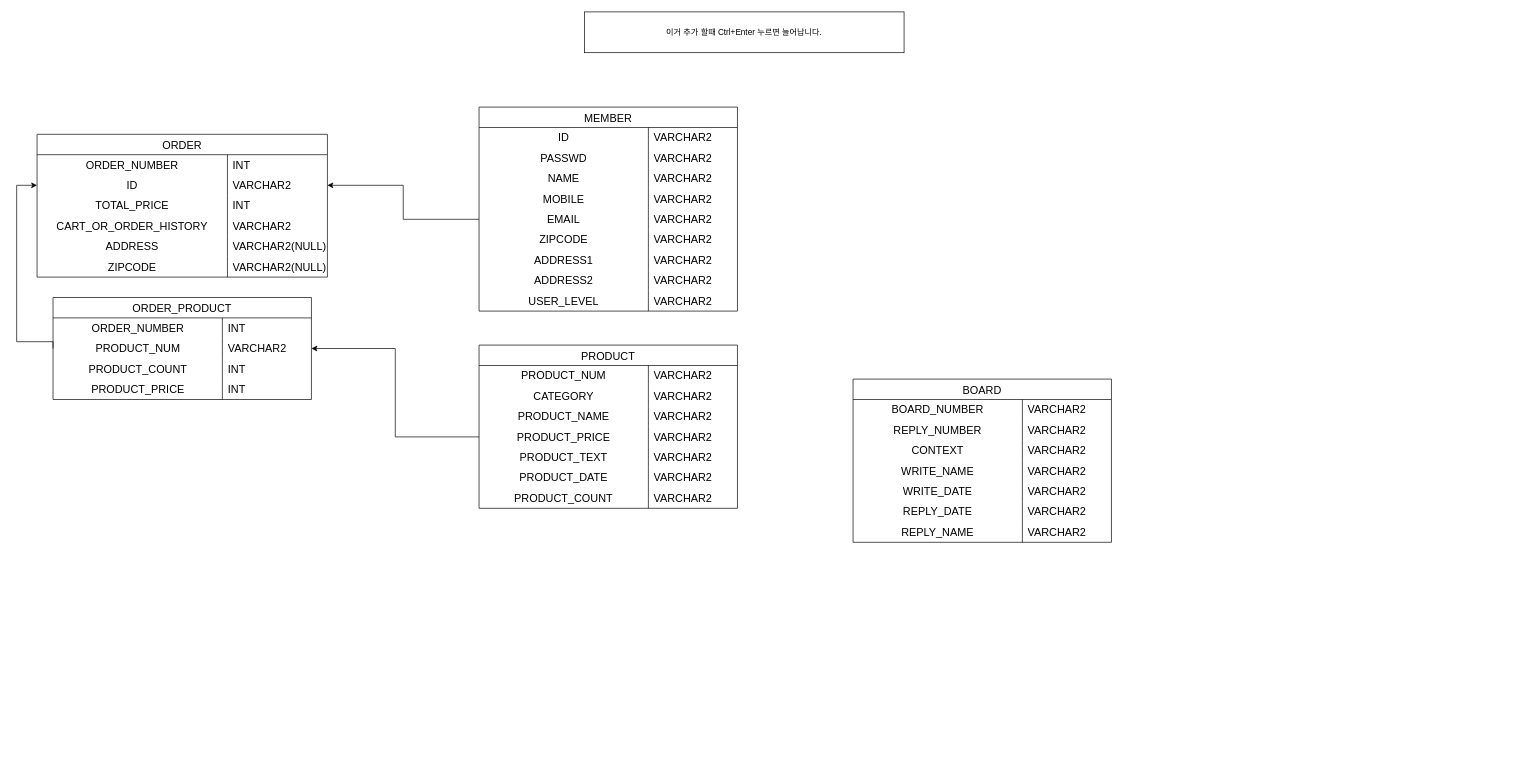
Before: 제목 없는 다이어그램.drawio in Rookies13/Senanam, a draw.io diagram. Source tidied: cells renumbered, new cells numbered last; positions are measured from the earlier drawing's top-left corner, leaving out a move shared by most shapes. Both pictures are drawn from the tidied source at 68%, with x=0, y=0 at pixel (16, 12).
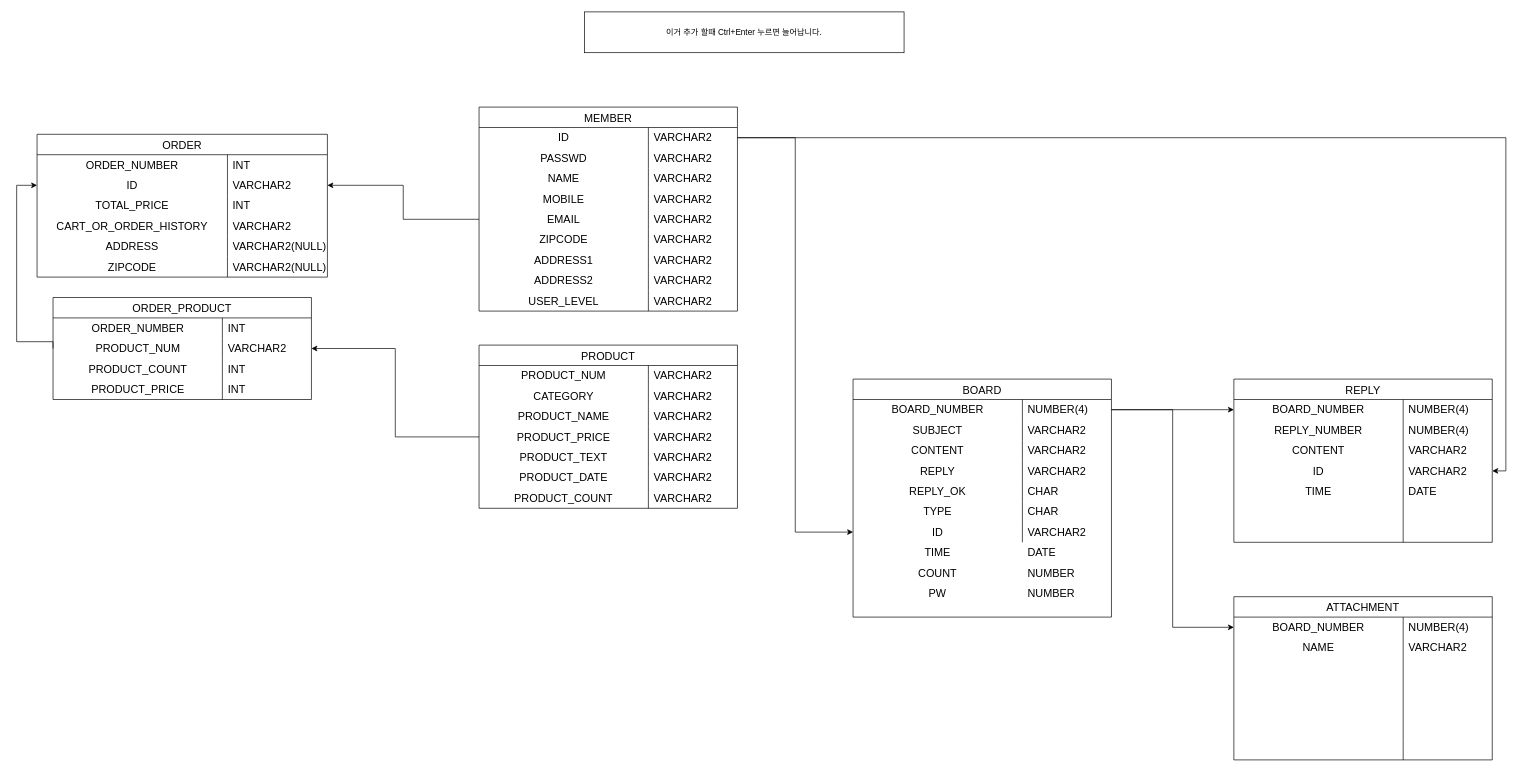
After the change.

Commit message (it also covers changes not shown here):
제목 없는 다이어그램.drawio 업데이트

Unchanged cells that the change refers to:
```xml
<mxCell id="3" style="shape=tableRow;horizontal=0;startSize=0;swimlaneHead=0;swimlaneBody=0;top=0;left=0;bottom=0;right=0;fillColor=none;points=[[0,0.5],[1,0.5]];portConstraint=eastwest;strokeColor=inherit;fontSize=16;" parent="2" vertex="1">
  <mxGeometry y="30" width="380" height="30" as="geometry" />
</mxCell>
<mxCell id="54" style="shape=tableRow;horizontal=0;startSize=0;swimlaneHead=0;swimlaneBody=0;top=0;left=0;bottom=0;right=0;fillColor=none;points=[[0,0.5],[1,0.5]];portConstraint=eastwest;strokeColor=inherit;fontSize=16;" parent="53" vertex="1">
  <mxGeometry y="30" width="380" height="30" as="geometry" />
</mxCell>
<mxCell id="57" style="shape=tableRow;horizontal=0;startSize=0;swimlaneHead=0;swimlaneBody=0;top=0;left=0;bottom=0;right=0;fillColor=none;strokeColor=inherit;fontSize=16;" parent="53" vertex="1">
  <mxGeometry y="60" width="380" height="30" as="geometry" />
</mxCell>
<mxCell id="60" style="shape=tableRow;horizontal=0;startSize=0;swimlaneHead=0;swimlaneBody=0;top=0;left=0;bottom=0;right=0;fillColor=none;strokeColor=inherit;fontSize=16;" parent="53" vertex="1">
  <mxGeometry y="90" width="380" height="30" as="geometry" />
</mxCell>
<mxCell id="63" style="shape=tableRow;horizontal=0;startSize=0;swimlaneHead=0;swimlaneBody=0;top=0;left=0;bottom=0;right=0;fillColor=none;strokeColor=inherit;fontSize=16;" parent="53" vertex="1">
  <mxGeometry y="120" width="380" height="30" as="geometry" />
</mxCell>
<mxCell id="66" style="shape=tableRow;horizontal=0;startSize=0;swimlaneHead=0;swimlaneBody=0;top=0;left=0;bottom=0;right=0;fillColor=none;strokeColor=inherit;fontSize=16;" parent="53" vertex="1">
  <mxGeometry y="150" width="380" height="30" as="geometry" />
</mxCell>
<mxCell id="69" style="shape=tableRow;horizontal=0;startSize=0;swimlaneHead=0;swimlaneBody=0;top=0;left=0;bottom=0;right=0;fillColor=none;strokeColor=inherit;fontSize=16;" parent="53" vertex="1">
  <mxGeometry y="180" width="380" height="30" as="geometry" />
</mxCell>
<mxCell id="72" style="shape=tableRow;horizontal=0;startSize=0;swimlaneHead=0;swimlaneBody=0;top=0;left=0;bottom=0;right=0;fillColor=none;points=[[0,0.5],[1,0.5]];portConstraint=eastwest;strokeColor=inherit;fontSize=16;" parent="53" vertex="1">
  <mxGeometry y="210" width="380" height="30" as="geometry" />
</mxCell>
```

Change to the diagram source:
```diff
@@
     <mxCell id="53" value="BOARD" style="shape=table;startSize=30;childLayout=tableLayout;rowLines=0;fontStyle=0;strokeColor=default;fontSize=16;" parent="1" vertex="1">
-      <mxGeometry x="1230" y="540" width="380" height="240" as="geometry" />
+      <mxGeometry x="1230" y="540" width="380" height="350" as="geometry" />
     </mxCell>
@@
-    <mxCell id="56" value="VARCHAR2" style="shape=partialRectangle;html=1;whiteSpace=wrap;fillColor=none;top=0;left=0;bottom=0;right=0;align=left;spacingLeft=6;overflow=hidden;strokeColor=inherit;fontSize=16;" parent="54" vertex="1">
+    <mxCell id="56" value="NUMBER(4)" style="shape=partialRectangle;html=1;whiteSpace=wrap;fillColor=none;top=0;left=0;bottom=0;right=0;align=left;spacingLeft=6;overflow=hidden;strokeColor=inherit;fontSize=16;" parent="54" vertex="1">
       <mxGeometry x="249" width="131" height="30" as="geometry" />
     </mxCell>
@@
-    <mxCell id="58" value="REPLY_NUMBER" style="shape=partialRectangle;html=1;whiteSpace=wrap;fillColor=none;top=0;left=0;bottom=0;right=0;overflow=hidden;strokeColor=inherit;fontSize=16;" parent="57" vertex="1">
+    <mxCell id="58" value="SUBJECT" style="shape=partialRectangle;html=1;whiteSpace=wrap;fillColor=none;top=0;left=0;bottom=0;right=0;overflow=hidden;strokeColor=inherit;fontSize=16;" parent="57" vertex="1">
       <mxGeometry width="249" height="30" as="geometry" />
     </mxCell>
@@
-    <mxCell id="61" value="CONTEXT" style="shape=partialRectangle;html=1;whiteSpace=wrap;fillColor=none;top=0;left=0;bottom=0;right=0;overflow=hidden;strokeColor=inherit;fontSize=16;" parent="60" vertex="1">
+    <mxCell id="61" value="CONTENT" style="shape=partialRectangle;html=1;whiteSpace=wrap;fillColor=none;top=0;left=0;bottom=0;right=0;overflow=hidden;strokeColor=inherit;fontSize=16;" parent="60" vertex="1">
       <mxGeometry width="249" height="30" as="geometry" />
     </mxCell>
@@
-    <mxCell id="64" value="WRITE_NAME" style="shape=partialRectangle;html=1;whiteSpace=wrap;fillColor=none;top=0;left=0;bottom=0;right=0;overflow=hidden;strokeColor=inherit;fontSize=16;" parent="63" vertex="1">
+    <mxCell id="64" value="REPLY" style="shape=partialRectangle;html=1;whiteSpace=wrap;fillColor=none;top=0;left=0;bottom=0;right=0;overflow=hidden;strokeColor=inherit;fontSize=16;" parent="63" vertex="1">
       <mxGeometry width="249" height="30" as="geometry" />
     </mxCell>
@@
-    <mxCell id="67" value="WRITE_DATE" style="shape=partialRectangle;html=1;whiteSpace=wrap;fillColor=none;top=0;left=0;bottom=0;right=0;overflow=hidden;strokeColor=inherit;fontSize=16;" parent="66" vertex="1">
+    <mxCell id="67" value="REPLY_OK" style="shape=partialRectangle;html=1;whiteSpace=wrap;fillColor=none;top=0;left=0;bottom=0;right=0;overflow=hidden;strokeColor=inherit;fontSize=16;" parent="66" vertex="1">
       <mxGeometry width="249" height="30" as="geometry" />
     </mxCell>
-    <mxCell id="68" value="VARCHAR2" style="shape=partialRectangle;html=1;whiteSpace=wrap;fillColor=none;top=0;left=0;bottom=0;right=0;align=left;spacingLeft=6;overflow=hidden;strokeColor=inherit;fontSize=16;" parent="66" vertex="1">
+    <mxCell id="68" value="CHAR" style="shape=partialRectangle;html=1;whiteSpace=wrap;fillColor=none;top=0;left=0;bottom=0;right=0;align=left;spacingLeft=6;overflow=hidden;strokeColor=inherit;fontSize=16;" parent="66" vertex="1">
       <mxGeometry x="249" width="131" height="30" as="geometry" />
     </mxCell>
@@
-    <mxCell id="70" value="REPLY_DATE" style="shape=partialRectangle;html=1;whiteSpace=wrap;fillColor=none;top=0;left=0;bottom=0;right=0;overflow=hidden;strokeColor=inherit;fontSize=16;" parent="69" vertex="1">
+    <mxCell id="70" value="TYPE" style="shape=partialRectangle;html=1;whiteSpace=wrap;fillColor=none;top=0;left=0;bottom=0;right=0;overflow=hidden;strokeColor=inherit;fontSize=16;" parent="69" vertex="1">
       <mxGeometry width="249" height="30" as="geometry" />
     </mxCell>
-    <mxCell id="71" value="VARCHAR2" style="shape=partialRectangle;html=1;whiteSpace=wrap;fillColor=none;top=0;left=0;bottom=0;right=0;align=left;spacingLeft=6;overflow=hidden;strokeColor=inherit;fontSize=16;" parent="69" vertex="1">
+    <mxCell id="71" value="CHAR" style="shape=partialRectangle;html=1;whiteSpace=wrap;fillColor=none;top=0;left=0;bottom=0;right=0;align=left;spacingLeft=6;overflow=hidden;strokeColor=inherit;fontSize=16;" parent="69" vertex="1">
       <mxGeometry x="249" width="131" height="30" as="geometry" />
     </mxCell>
@@
-    <mxCell id="73" value="REPLY_NAME" style="shape=partialRectangle;html=1;whiteSpace=wrap;fillColor=none;top=0;left=0;bottom=0;right=0;overflow=hidden;strokeColor=inherit;fontSize=16;" parent="72" vertex="1">
+    <mxCell id="73" value="ID" style="shape=partialRectangle;html=1;whiteSpace=wrap;fillColor=none;top=0;left=0;bottom=0;right=0;overflow=hidden;strokeColor=inherit;fontSize=16;" parent="72" vertex="1">
       <mxGeometry width="249" height="30" as="geometry" />
     </mxCell>
@@
+    <mxCell id="110" value="DATE" style="shape=partialRectangle;html=1;whiteSpace=wrap;fillColor=none;top=0;left=0;bottom=0;right=0;align=left;spacingLeft=6;overflow=hidden;strokeColor=inherit;fontSize=16;" parent="1" vertex="1">
+      <mxGeometry x="1479" y="780" width="131" height="30" as="geometry" />
+    </mxCell>
+    <mxCell id="111" value="TIME" style="shape=partialRectangle;html=1;whiteSpace=wrap;fillColor=none;top=0;left=0;bottom=0;right=0;overflow=hidden;strokeColor=inherit;fontSize=16;" parent="1" vertex="1">
+      <mxGeometry x="1230" y="780" width="249" height="30" as="geometry" />
+    </mxCell>
+    <mxCell id="112" value="NUMBER" style="shape=partialRectangle;html=1;whiteSpace=wrap;fillColor=none;top=0;left=0;bottom=0;right=0;align=left;spacingLeft=6;overflow=hidden;strokeColor=inherit;fontSize=16;" parent="1" vertex="1">
+      <mxGeometry x="1479" y="810" width="131" height="30" as="geometry" />
+    </mxCell>
+    <mxCell id="113" value="COUNT" style="shape=partialRectangle;html=1;whiteSpace=wrap;fillColor=none;top=0;left=0;bottom=0;right=0;overflow=hidden;strokeColor=inherit;fontSize=16;" parent="1" vertex="1">
+      <mxGeometry x="1230" y="810" width="249" height="30" as="geometry" />
+    </mxCell>
+    <mxCell id="114" style="edgeStyle=orthogonalEdgeStyle;rounded=0;jettySize=auto;html=1;exitX=1;exitY=0.5;exitDx=0;exitDy=0;" parent="1" edge="1" source="3" target="72">
+      <mxGeometry relative="1" as="geometry" />
+    </mxCell>
+    <mxCell id="115" value="REPLY" style="shape=table;startSize=30;childLayout=tableLayout;rowLines=0;fontStyle=0;strokeColor=default;fontSize=16;" parent="1" vertex="1">
+      <mxGeometry x="1790" y="540" width="380" height="240" as="geometry" />
+    </mxCell>
+    <mxCell id="116" style="shape=tableRow;horizontal=0;startSize=0;swimlaneHead=0;swimlaneBody=0;top=0;left=0;bottom=0;right=0;fillColor=none;points=[[0,0.5],[1,0.5]];portConstraint=eastwest;strokeColor=inherit;fontSize=16;" parent="115" vertex="1">
+      <mxGeometry y="30" width="380" height="30" as="geometry" />
+    </mxCell>
+    <mxCell id="117" value="BOARD_NUMBER" style="shape=partialRectangle;html=1;whiteSpace=wrap;fillColor=none;top=0;left=0;bottom=0;right=0;overflow=hidden;strokeColor=inherit;fontSize=16;" parent="116" vertex="1">
+      <mxGeometry width="249" height="30" as="geometry" />
+    </mxCell>
+    <mxCell id="118" value="NUMBER(4)" style="shape=partialRectangle;html=1;whiteSpace=wrap;fillColor=none;top=0;left=0;bottom=0;right=0;align=left;spacingLeft=6;overflow=hidden;strokeColor=inherit;fontSize=16;" parent="116" vertex="1">
+      <mxGeometry x="249" width="131" height="30" as="geometry" />
+    </mxCell>
+    <mxCell id="119" style="shape=tableRow;horizontal=0;startSize=0;swimlaneHead=0;swimlaneBody=0;top=0;left=0;bottom=0;right=0;fillColor=none;strokeColor=inherit;fontSize=16;" parent="115" vertex="1">
+      <mxGeometry y="60" width="380" height="30" as="geometry" />
+    </mxCell>
+    <mxCell id="120" value="REPLY_NUMBER" style="shape=partialRectangle;html=1;whiteSpace=wrap;fillColor=none;top=0;left=0;bottom=0;right=0;overflow=hidden;strokeColor=inherit;fontSize=16;" parent="119" vertex="1">
+      <mxGeometry width="249" height="30" as="geometry" />
+    </mxCell>
+    <mxCell id="121" value="NUMBER(4)" style="shape=partialRectangle;html=1;whiteSpace=wrap;fillColor=none;top=0;left=0;bottom=0;right=0;align=left;spacingLeft=6;overflow=hidden;strokeColor=inherit;fontSize=16;" parent="119" vertex="1">
+      <mxGeometry x="249" width="131" height="30" as="geometry" />
+    </mxCell>
+    <mxCell id="122" style="shape=tableRow;horizontal=0;startSize=0;swimlaneHead=0;swimlaneBody=0;top=0;left=0;bottom=0;right=0;fillColor=none;strokeColor=inherit;fontSize=16;" parent="115" vertex="1">
+      <mxGeometry y="90" width="380" height="30" as="geometry" />
+    </mxCell>
+    <mxCell id="123" value="CONTENT" style="shape=partialRectangle;html=1;whiteSpace=wrap;fillColor=none;top=0;left=0;bottom=0;right=0;overflow=hidden;strokeColor=inherit;fontSize=16;" parent="122" vertex="1">
+      <mxGeometry width="249" height="30" as="geometry" />
+    </mxCell>
+    <mxCell id="124" value="VARCHAR2" style="shape=partialRectangle;html=1;whiteSpace=wrap;fillColor=none;top=0;left=0;bottom=0;right=0;align=left;spacingLeft=6;overflow=hidden;strokeColor=inherit;fontSize=16;" parent="122" vertex="1">
+      <mxGeometry x="249" width="131" height="30" as="geometry" />
+    </mxCell>
+    <mxCell id="125" style="shape=tableRow;horizontal=0;startSize=0;swimlaneHead=0;swimlaneBody=0;top=0;left=0;bottom=0;right=0;fillColor=none;points=[[0,0.5],[1,0.5]];portConstraint=eastwest;strokeColor=inherit;fontSize=16;" parent="115" vertex="1">
+      <mxGeometry y="120" width="380" height="30" as="geometry" />
+    </mxCell>
+    <mxCell id="126" value="ID" style="shape=partialRectangle;html=1;whiteSpace=wrap;fillColor=none;top=0;left=0;bottom=0;right=0;overflow=hidden;strokeColor=inherit;fontSize=16;" parent="125" vertex="1">
+      <mxGeometry width="249" height="30" as="geometry" />
+    </mxCell>
+    <mxCell id="127" value="VARCHAR2" style="shape=partialRectangle;html=1;whiteSpace=wrap;fillColor=none;top=0;left=0;bottom=0;right=0;align=left;spacingLeft=6;overflow=hidden;strokeColor=inherit;fontSize=16;" parent="125" vertex="1">
+      <mxGeometry x="249" width="131" height="30" as="geometry" />
+    </mxCell>
+    <mxCell id="128" style="shape=tableRow;horizontal=0;startSize=0;swimlaneHead=0;swimlaneBody=0;top=0;left=0;bottom=0;right=0;fillColor=none;strokeColor=inherit;fontSize=16;" parent="115" vertex="1">
+      <mxGeometry y="150" width="380" height="30" as="geometry" />
+    </mxCell>
+    <mxCell id="129" value="TIME" style="shape=partialRectangle;html=1;whiteSpace=wrap;fillColor=none;top=0;left=0;bottom=0;right=0;overflow=hidden;strokeColor=inherit;fontSize=16;" parent="128" vertex="1">
+      <mxGeometry width="249" height="30" as="geometry" />
+    </mxCell>
+    <mxCell id="130" value="DATE" style="shape=partialRectangle;html=1;whiteSpace=wrap;fillColor=none;top=0;left=0;bottom=0;right=0;align=left;spacingLeft=6;overflow=hidden;strokeColor=inherit;fontSize=16;" parent="128" vertex="1">
+      <mxGeometry x="249" width="131" height="30" as="geometry" />
+    </mxCell>
+    <mxCell id="131" style="shape=tableRow;horizontal=0;startSize=0;swimlaneHead=0;swimlaneBody=0;top=0;left=0;bottom=0;right=0;fillColor=none;strokeColor=inherit;fontSize=16;" parent="115" vertex="1">
+      <mxGeometry y="180" width="380" height="30" as="geometry" />
+    </mxCell>
+    <mxCell id="132" style="shape=partialRectangle;html=1;whiteSpace=wrap;fillColor=none;top=0;left=0;bottom=0;right=0;overflow=hidden;strokeColor=inherit;fontSize=16;" parent="131" vertex="1">
+      <mxGeometry width="249" height="30" as="geometry" />
+    </mxCell>
+    <mxCell id="133" style="shape=partialRectangle;html=1;whiteSpace=wrap;fillColor=none;top=0;left=0;bottom=0;right=0;align=left;spacingLeft=6;overflow=hidden;strokeColor=inherit;fontSize=16;" parent="131" vertex="1">
+      <mxGeometry x="249" width="131" height="30" as="geometry" />
+    </mxCell>
+    <mxCell id="134" style="shape=tableRow;horizontal=0;startSize=0;swimlaneHead=0;swimlaneBody=0;top=0;left=0;bottom=0;right=0;fillColor=none;strokeColor=inherit;fontSize=16;" parent="115" vertex="1">
+      <mxGeometry y="210" width="380" height="30" as="geometry" />
+    </mxCell>
+    <mxCell id="135" style="shape=partialRectangle;html=1;whiteSpace=wrap;fillColor=none;top=0;left=0;bottom=0;right=0;overflow=hidden;strokeColor=inherit;fontSize=16;" parent="134" vertex="1">
+      <mxGeometry width="249" height="30" as="geometry" />
+    </mxCell>
+    <mxCell id="136" style="shape=partialRectangle;html=1;whiteSpace=wrap;fillColor=none;top=0;left=0;bottom=0;right=0;align=left;spacingLeft=6;overflow=hidden;strokeColor=inherit;fontSize=16;" parent="134" vertex="1">
+      <mxGeometry x="249" width="131" height="30" as="geometry" />
+    </mxCell>
+    <mxCell id="137" style="edgeStyle=orthogonalEdgeStyle;rounded=0;jettySize=auto;html=1;exitX=1;exitY=0.5;exitDx=0;exitDy=0;entryX=0;entryY=0.5;entryDx=0;entryDy=0;" parent="1" edge="1" source="54" target="116">
+      <mxGeometry relative="1" as="geometry" />
+    </mxCell>
+    <mxCell id="138" style="edgeStyle=orthogonalEdgeStyle;rounded=0;jettySize=auto;html=1;exitX=1;exitY=0.5;exitDx=0;exitDy=0;entryX=1;entryY=0.5;entryDx=0;entryDy=0;" parent="1" edge="1" source="3" target="125">
+      <mxGeometry relative="1" as="geometry" />
+    </mxCell>
+    <mxCell id="139" value="PW" style="shape=partialRectangle;html=1;whiteSpace=wrap;fillColor=none;top=0;left=0;bottom=0;right=0;overflow=hidden;strokeColor=inherit;fontSize=16;" parent="1" vertex="1">
+      <mxGeometry x="1230" y="840" width="249" height="30" as="geometry" />
+    </mxCell>
+    <mxCell id="140" value="NUMBER" style="shape=partialRectangle;html=1;whiteSpace=wrap;fillColor=none;top=0;left=0;bottom=0;right=0;align=left;spacingLeft=6;overflow=hidden;strokeColor=inherit;fontSize=16;" parent="1" vertex="1">
+      <mxGeometry x="1479" y="840" width="131" height="30" as="geometry" />
+    </mxCell>
+    <mxCell id="141" value="ATTACHMENT" style="shape=table;startSize=30;childLayout=tableLayout;rowLines=0;fontStyle=0;strokeColor=default;fontSize=16;" parent="1" vertex="1">
+      <mxGeometry x="1790" y="860" width="380" height="240" as="geometry" />
+    </mxCell>
+    <mxCell id="142" style="shape=tableRow;horizontal=0;startSize=0;swimlaneHead=0;swimlaneBody=0;top=0;left=0;bottom=0;right=0;fillColor=none;points=[[0,0.5],[1,0.5]];portConstraint=eastwest;strokeColor=inherit;fontSize=16;" parent="141" vertex="1">
+      <mxGeometry y="30" width="380" height="30" as="geometry" />
+    </mxCell>
+    <mxCell id="143" value="BOARD_NUMBER" style="shape=partialRectangle;html=1;whiteSpace=wrap;fillColor=none;top=0;left=0;bottom=0;right=0;overflow=hidden;strokeColor=inherit;fontSize=16;" parent="142" vertex="1">
+      <mxGeometry width="249" height="30" as="geometry" />
+    </mxCell>
+    <mxCell id="144" value="NUMBER(4)" style="shape=partialRectangle;html=1;whiteSpace=wrap;fillColor=none;top=0;left=0;bottom=0;right=0;align=left;spacingLeft=6;overflow=hidden;strokeColor=inherit;fontSize=16;" parent="142" vertex="1">
+      <mxGeometry x="249" width="131" height="30" as="geometry" />
+    </mxCell>
+    <mxCell id="145" style="shape=tableRow;horizontal=0;startSize=0;swimlaneHead=0;swimlaneBody=0;top=0;left=0;bottom=0;right=0;fillColor=none;strokeColor=inherit;fontSize=16;" parent="141" vertex="1">
+      <mxGeometry y="60" width="380" height="30" as="geometry" />
+    </mxCell>
+    <mxCell id="146" value="NAME" style="shape=partialRectangle;html=1;whiteSpace=wrap;fillColor=none;top=0;left=0;bottom=0;right=0;overflow=hidden;strokeColor=inherit;fontSize=16;" parent="145" vertex="1">
+      <mxGeometry width="249" height="30" as="geometry" />
+    </mxCell>
+    <mxCell id="147" value="VARCHAR2" style="shape=partialRectangle;html=1;whiteSpace=wrap;fillColor=none;top=0;left=0;bottom=0;right=0;align=left;spacingLeft=6;overflow=hidden;strokeColor=inherit;fontSize=16;" parent="145" vertex="1">
+      <mxGeometry x="249" width="131" height="30" as="geometry" />
+    </mxCell>
+    <mxCell id="148" style="shape=tableRow;horizontal=0;startSize=0;swimlaneHead=0;swimlaneBody=0;top=0;left=0;bottom=0;right=0;fillColor=none;strokeColor=inherit;fontSize=16;" parent="141" vertex="1">
+      <mxGeometry y="90" width="380" height="30" as="geometry" />
+    </mxCell>
+    <mxCell id="149" style="shape=partialRectangle;html=1;whiteSpace=wrap;fillColor=none;top=0;left=0;bottom=0;right=0;overflow=hidden;strokeColor=inherit;fontSize=16;" parent="148" vertex="1">
+      <mxGeometry width="249" height="30" as="geometry" />
+    </mxCell>
+    <mxCell id="150" style="shape=partialRectangle;html=1;whiteSpace=wrap;fillColor=none;top=0;left=0;bottom=0;right=0;align=left;spacingLeft=6;overflow=hidden;strokeColor=inherit;fontSize=16;" parent="148" vertex="1">
+      <mxGeometry x="249" width="131" height="30" as="geometry" />
+    </mxCell>
+    <mxCell id="151" style="shape=tableRow;horizontal=0;startSize=0;swimlaneHead=0;swimlaneBody=0;top=0;left=0;bottom=0;right=0;fillColor=none;strokeColor=inherit;fontSize=16;" parent="141" vertex="1">
+      <mxGeometry y="120" width="380" height="30" as="geometry" />
+    </mxCell>
+    <mxCell id="152" style="shape=partialRectangle;html=1;whiteSpace=wrap;fillColor=none;top=0;left=0;bottom=0;right=0;overflow=hidden;strokeColor=inherit;fontSize=16;" parent="151" vertex="1">
+      <mxGeometry width="249" height="30" as="geometry" />
+    </mxCell>
+    <mxCell id="153" style="shape=partialRectangle;html=1;whiteSpace=wrap;fillColor=none;top=0;left=0;bottom=0;right=0;align=left;spacingLeft=6;overflow=hidden;strokeColor=inherit;fontSize=16;" parent="151" vertex="1">
+      <mxGeometry x="249" width="131" height="30" as="geometry" />
+    </mxCell>
+    <mxCell id="154" style="shape=tableRow;horizontal=0;startSize=0;swimlaneHead=0;swimlaneBody=0;top=0;left=0;bottom=0;right=0;fillColor=none;strokeColor=inherit;fontSize=16;" parent="141" vertex="1">
+      <mxGeometry y="150" width="380" height="30" as="geometry" />
+    </mxCell>
+    <mxCell id="155" style="shape=partialRectangle;html=1;whiteSpace=wrap;fillColor=none;top=0;left=0;bottom=0;right=0;overflow=hidden;strokeColor=inherit;fontSize=16;" parent="154" vertex="1">
+      <mxGeometry width="249" height="30" as="geometry" />
+    </mxCell>
+    <mxCell id="156" style="shape=partialRectangle;html=1;whiteSpace=wrap;fillColor=none;top=0;left=0;bottom=0;right=0;align=left;spacingLeft=6;overflow=hidden;strokeColor=inherit;fontSize=16;" parent="154" vertex="1">
+      <mxGeometry x="249" width="131" height="30" as="geometry" />
+    </mxCell>
+    <mxCell id="157" style="shape=tableRow;horizontal=0;startSize=0;swimlaneHead=0;swimlaneBody=0;top=0;left=0;bottom=0;right=0;fillColor=none;strokeColor=inherit;fontSize=16;" parent="141" vertex="1">
+      <mxGeometry y="180" width="380" height="30" as="geometry" />
+    </mxCell>
+    <mxCell id="158" style="shape=partialRectangle;html=1;whiteSpace=wrap;fillColor=none;top=0;left=0;bottom=0;right=0;overflow=hidden;strokeColor=inherit;fontSize=16;" parent="157" vertex="1">
+      <mxGeometry width="249" height="30" as="geometry" />
+    </mxCell>
+    <mxCell id="159" style="shape=partialRectangle;html=1;whiteSpace=wrap;fillColor=none;top=0;left=0;bottom=0;right=0;align=left;spacingLeft=6;overflow=hidden;strokeColor=inherit;fontSize=16;" parent="157" vertex="1">
+      <mxGeometry x="249" width="131" height="30" as="geometry" />
+    </mxCell>
+    <mxCell id="160" style="shape=tableRow;horizontal=0;startSize=0;swimlaneHead=0;swimlaneBody=0;top=0;left=0;bottom=0;right=0;fillColor=none;strokeColor=inherit;fontSize=16;" parent="141" vertex="1">
+      <mxGeometry y="210" width="380" height="30" as="geometry" />
+    </mxCell>
+    <mxCell id="161" style="shape=partialRectangle;html=1;whiteSpace=wrap;fillColor=none;top=0;left=0;bottom=0;right=0;overflow=hidden;strokeColor=inherit;fontSize=16;" parent="160" vertex="1">
+      <mxGeometry width="249" height="30" as="geometry" />
+    </mxCell>
+    <mxCell id="162" style="shape=partialRectangle;html=1;whiteSpace=wrap;fillColor=none;top=0;left=0;bottom=0;right=0;align=left;spacingLeft=6;overflow=hidden;strokeColor=inherit;fontSize=16;" parent="160" vertex="1">
+      <mxGeometry x="249" width="131" height="30" as="geometry" />
+    </mxCell>
+    <mxCell id="163" style="edgeStyle=orthogonalEdgeStyle;rounded=0;jettySize=auto;html=1;exitX=1;exitY=0.5;exitDx=0;exitDy=0;entryX=0;entryY=0.5;entryDx=0;entryDy=0;" parent="1" edge="1" source="54" target="142">
+      <mxGeometry relative="1" as="geometry" />
+    </mxCell>
```
